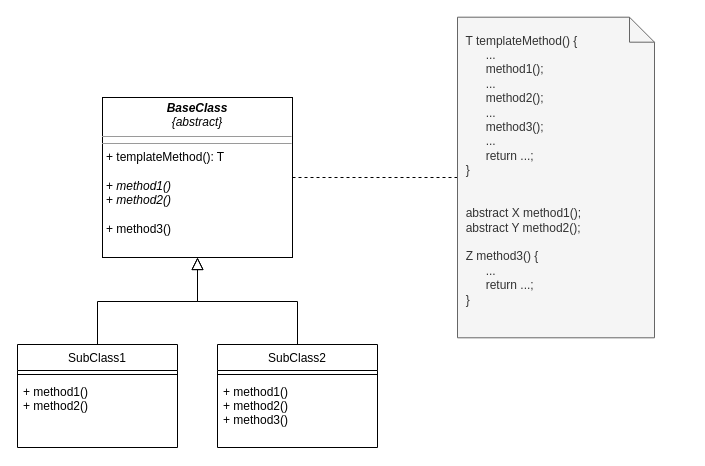
Programmiermethoden-CampusMinden/Prog2-Lecture keeps this draw.io diagram as markdown/pattern/images/template-method.drawio. Above is the earlier version. Source tidied: cells renumbered, new cells numbered last; positions are measured from the earlier drawing's top-left corner, leaving out a move shared by most shapes. Both pictures are drawn from the tidied source at 100%, with x=0, y=0 at pixel (17, 17).
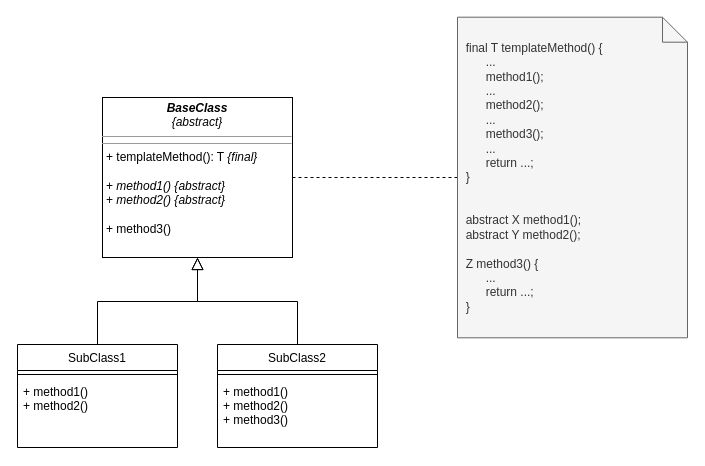
After the change.

The edit, as a diff of the source:
```diff
@@
 <mxGraphModel>
   <root>
     <mxCell id="0" />
     <mxCell id="1" parent="0" />
     <mxCell id="2" value="SubClass1" style="swimlane;fontStyle=0;align=center;verticalAlign=top;horizontal=1;startSize=26;rounded=0;shadow=0;strokeWidth=1;" parent="1" vertex="1">
       <mxGeometry y="327" width="160" height="103" as="geometry" />
     </mxCell>
     <mxCell id="3" style="line;html=1;strokeWidth=1;align=left;verticalAlign=middle;spacingTop=-1;spacingLeft=3;spacingRight=3;labelPosition=right;" parent="2" vertex="1">
       <mxGeometry y="26" width="160" height="8" as="geometry" />
     </mxCell>
     <mxCell id="4" value="+ method1()&#10;+ method2()" style="text;align=left;verticalAlign=top;spacingLeft=4;spacingRight=4;overflow=hidden;" parent="2" vertex="1">
       <mxGeometry y="34" width="160" height="56" as="geometry" />
     </mxCell>
     <mxCell id="5" style="endArrow=block;endSize=10;endFill=0;shadow=0;strokeWidth=1;rounded=0;edgeStyle=elbowEdgeStyle;elbow=vertical;entryX=0.5;entryY=1;entryDx=0;entryDy=0;" parent="1" edge="1" source="2" target="7">
       <mxGeometry relative="1" as="geometry" />
     </mxCell>
     <mxCell id="6" style="endArrow=block;endSize=10;endFill=0;shadow=0;strokeWidth=1;rounded=0;edgeStyle=elbowEdgeStyle;elbow=vertical;entryX=0.5;entryY=1;entryDx=0;entryDy=0;exitX=0.5;exitY=0;exitDx=0;exitDy=0;" parent="1" edge="1" source="8" target="7">
       <mxGeometry relative="1" as="geometry" />
     </mxCell>
-    <mxCell id="7" value="&lt;p style=&quot;margin:0px;margin-top:4px;text-align:center;&quot;&gt;&lt;i&gt;&lt;b&gt;BaseClass&lt;/b&gt;&lt;br&gt;{abstract}&lt;b&gt;&lt;br&gt;&lt;/b&gt;&lt;/i&gt;&lt;/p&gt;&lt;hr size=&quot;1&quot;&gt;&lt;hr size=&quot;1&quot;&gt;&lt;p style=&quot;margin:0px;margin-left:4px;&quot;&gt;+ templateMethod(): T&lt;br&gt;&lt;/p&gt;&lt;p style=&quot;margin:0px;margin-left:4px;&quot;&gt;&lt;br&gt;&lt;/p&gt;&lt;p style=&quot;margin:0px;margin-left:4px;&quot;&gt;+ &lt;i&gt;method1()&lt;/i&gt;&lt;/p&gt;&lt;p style=&quot;margin:0px;margin-left:4px;&quot;&gt;+ &lt;i&gt;method2()&lt;/i&gt;&lt;/p&gt;&lt;p style=&quot;margin:0px;margin-left:4px;&quot;&gt;&lt;br&gt;&lt;/p&gt;&lt;p style=&quot;margin:0px;margin-left:4px;&quot;&gt;+ method3()&lt;/p&gt;&lt;p style=&quot;margin:0px;margin-left:4px;&quot;&gt;&lt;i&gt;&lt;br&gt;&lt;/i&gt;&lt;/p&gt;" style="verticalAlign=top;align=left;overflow=fill;fontSize=12;fontFamily=Helvetica;html=1;" parent="1" vertex="1">
+    <mxCell id="7" value="&lt;p style=&quot;margin:0px;margin-top:4px;text-align:center;&quot;&gt;&lt;i&gt;&lt;b&gt;BaseClass&lt;/b&gt;&lt;br&gt;{abstract}&lt;b&gt;&lt;br&gt;&lt;/b&gt;&lt;/i&gt;&lt;/p&gt;&lt;hr size=&quot;1&quot;&gt;&lt;hr size=&quot;1&quot;&gt;&lt;p style=&quot;margin:0px;margin-left:4px;&quot;&gt;+ templateMethod(): T &lt;i&gt;{final}&lt;/i&gt;&lt;br&gt;&lt;/p&gt;&lt;p style=&quot;margin:0px;margin-left:4px;&quot;&gt;&lt;br&gt;&lt;/p&gt;&lt;p style=&quot;margin:0px;margin-left:4px;&quot;&gt;+ &lt;i&gt;method1() {abstract}&lt;br&gt;&lt;/i&gt;&lt;/p&gt;&lt;p style=&quot;margin:0px;margin-left:4px;&quot;&gt;+ &lt;i&gt;method2() {abstract}&lt;br&gt;&lt;/i&gt;&lt;/p&gt;&lt;p style=&quot;margin:0px;margin-left:4px;&quot;&gt;&lt;br&gt;&lt;/p&gt;&lt;p style=&quot;margin:0px;margin-left:4px;&quot;&gt;+ method3()&lt;/p&gt;&lt;p style=&quot;margin:0px;margin-left:4px;&quot;&gt;&lt;i&gt;&lt;br&gt;&lt;/i&gt;&lt;/p&gt;" style="verticalAlign=top;align=left;overflow=fill;fontSize=12;fontFamily=Helvetica;html=1;" parent="1" vertex="1">
       <mxGeometry x="85" y="80" width="190" height="160" as="geometry" />
     </mxCell>
     <mxCell id="8" value="SubClass2" style="swimlane;fontStyle=0;align=center;verticalAlign=top;horizontal=1;startSize=26;rounded=0;shadow=0;strokeWidth=1;" parent="1" vertex="1">
       <mxGeometry x="200" y="327" width="160" height="103" as="geometry" />
     </mxCell>
     <mxCell id="9" style="line;html=1;strokeWidth=1;align=left;verticalAlign=middle;spacingTop=-1;spacingLeft=3;spacingRight=3;labelPosition=right;" parent="8" vertex="1">
       <mxGeometry y="26" width="160" height="8" as="geometry" />
     </mxCell>
     <mxCell id="10" value="+ method1()&#10;+ method2()&#10;+ method3()&#10;" style="text;align=left;verticalAlign=top;spacingLeft=4;spacingRight=4;overflow=hidden;" parent="8" vertex="1">
       <mxGeometry y="34" width="160" height="56" as="geometry" />
     </mxCell>
     <mxCell id="11" style="edgeStyle=orthogonalEdgeStyle;rounded=0;jettySize=auto;html=1;entryX=1;entryY=0.5;entryDx=0;entryDy=0;endArrow=none;endFill=0;dashed=1;" parent="1" edge="1" source="12" target="7">
       <mxGeometry relative="1" as="geometry" />
     </mxCell>
-    <mxCell id="12" value="&lt;div&gt;&amp;nbsp; T templateMethod() {&lt;/div&gt;&lt;div&gt;&amp;nbsp;&amp;nbsp;&amp;nbsp;&amp;nbsp;&amp;nbsp;&amp;nbsp;&amp;nbsp; ...&lt;/div&gt;&lt;div&gt;&amp;nbsp;&amp;nbsp;&amp;nbsp;&amp;nbsp;&amp;nbsp;&amp;nbsp;&amp;nbsp; method1();&lt;/div&gt;&lt;div&gt;&amp;nbsp;&amp;nbsp;&amp;nbsp;&amp;nbsp;&amp;nbsp;&amp;nbsp;&amp;nbsp; ...&lt;/div&gt;&lt;div&gt;&amp;nbsp;&amp;nbsp;&amp;nbsp;&amp;nbsp;&amp;nbsp;&amp;nbsp;&amp;nbsp; method2();&lt;/div&gt;&lt;div&gt;&amp;nbsp;&amp;nbsp;&amp;nbsp;&amp;nbsp;&amp;nbsp;&amp;nbsp;&amp;nbsp; ...&lt;/div&gt;&lt;div&gt;&amp;nbsp;&amp;nbsp;&amp;nbsp;&amp;nbsp;&amp;nbsp;&amp;nbsp;&amp;nbsp; method3();&lt;/div&gt;&lt;div&gt;&amp;nbsp;&amp;nbsp;&amp;nbsp;&amp;nbsp;&amp;nbsp;&amp;nbsp;&amp;nbsp; ...&lt;br&gt;&lt;/div&gt;&lt;div&gt;&amp;nbsp;&amp;nbsp;&amp;nbsp;&amp;nbsp;&amp;nbsp;&amp;nbsp;&amp;nbsp; return ...;&lt;br&gt;&lt;/div&gt;&lt;div&gt;&amp;nbsp; }&lt;/div&gt;&lt;div&gt;&lt;br&gt;&lt;/div&gt;&lt;div&gt;&lt;br&gt;&lt;/div&gt;&lt;div&gt;&amp;nbsp; abstract X method1();&lt;/div&gt;&lt;div&gt;&amp;nbsp; abstract Y method2();&lt;/div&gt;&lt;div&gt;&lt;br&gt;&lt;/div&gt;&lt;div&gt;&amp;nbsp; Z method3() {&lt;/div&gt;&lt;div&gt;&lt;div&gt;&amp;nbsp;&amp;nbsp;&amp;nbsp;&amp;nbsp;&amp;nbsp;&amp;nbsp;&amp;nbsp; ...&lt;br&gt;&lt;/div&gt;&lt;div&gt;&amp;nbsp;&amp;nbsp;&amp;nbsp;&amp;nbsp;&amp;nbsp;&amp;nbsp;&amp;nbsp; return ...;&lt;br&gt;&lt;/div&gt;&lt;div&gt;&amp;nbsp; }&lt;/div&gt;&lt;div&gt;&lt;br&gt;&lt;/div&gt;&lt;/div&gt;" style="shape=note2;boundedLbl=1;whiteSpace=wrap;html=1;size=25;verticalAlign=middle;align=left;fillColor=#f5f5f5;fontColor=#333333;strokeColor=#666666;labelPosition=center;verticalLabelPosition=middle;" parent="1" vertex="1">
-      <mxGeometry x="440" y="-0.3" width="197" height="320.6" as="geometry" />
+    <mxCell id="12" value="&lt;div&gt;&amp;nbsp; &lt;br&gt;&lt;/div&gt;&lt;div&gt;&amp;nbsp; final T templateMethod() {&lt;/div&gt;&lt;div&gt;&amp;nbsp;&amp;nbsp;&amp;nbsp;&amp;nbsp;&amp;nbsp;&amp;nbsp;&amp;nbsp; ...&lt;/div&gt;&lt;div&gt;&amp;nbsp;&amp;nbsp;&amp;nbsp;&amp;nbsp;&amp;nbsp;&amp;nbsp;&amp;nbsp; method1();&lt;/div&gt;&lt;div&gt;&amp;nbsp;&amp;nbsp;&amp;nbsp;&amp;nbsp;&amp;nbsp;&amp;nbsp;&amp;nbsp; ...&lt;/div&gt;&lt;div&gt;&amp;nbsp;&amp;nbsp;&amp;nbsp;&amp;nbsp;&amp;nbsp;&amp;nbsp;&amp;nbsp; method2();&lt;/div&gt;&lt;div&gt;&amp;nbsp;&amp;nbsp;&amp;nbsp;&amp;nbsp;&amp;nbsp;&amp;nbsp;&amp;nbsp; ...&lt;/div&gt;&lt;div&gt;&amp;nbsp;&amp;nbsp;&amp;nbsp;&amp;nbsp;&amp;nbsp;&amp;nbsp;&amp;nbsp; method3();&lt;/div&gt;&lt;div&gt;&amp;nbsp;&amp;nbsp;&amp;nbsp;&amp;nbsp;&amp;nbsp;&amp;nbsp;&amp;nbsp; ...&lt;br&gt;&lt;/div&gt;&lt;div&gt;&amp;nbsp;&amp;nbsp;&amp;nbsp;&amp;nbsp;&amp;nbsp;&amp;nbsp;&amp;nbsp; return ...;&lt;br&gt;&lt;/div&gt;&lt;div&gt;&amp;nbsp; }&lt;/div&gt;&lt;div&gt;&lt;br&gt;&lt;/div&gt;&lt;div&gt;&lt;br&gt;&lt;/div&gt;&lt;div&gt;&amp;nbsp; abstract X method1();&lt;/div&gt;&lt;div&gt;&amp;nbsp; abstract Y method2();&lt;/div&gt;&lt;div&gt;&lt;br&gt;&lt;/div&gt;&lt;div&gt;&amp;nbsp; Z method3() {&lt;/div&gt;&lt;div&gt;&lt;div&gt;&amp;nbsp;&amp;nbsp;&amp;nbsp;&amp;nbsp;&amp;nbsp;&amp;nbsp;&amp;nbsp; ...&lt;br&gt;&lt;/div&gt;&lt;div&gt;&amp;nbsp;&amp;nbsp;&amp;nbsp;&amp;nbsp;&amp;nbsp;&amp;nbsp;&amp;nbsp; return ...;&lt;br&gt;&lt;/div&gt;&lt;div&gt;&amp;nbsp; }&lt;/div&gt;&lt;div&gt;&lt;br&gt;&lt;/div&gt;&lt;/div&gt;" style="shape=note2;boundedLbl=1;whiteSpace=wrap;html=1;size=25;verticalAlign=middle;align=left;fillColor=#f5f5f5;fontColor=#333333;strokeColor=#666666;labelPosition=center;verticalLabelPosition=middle;" parent="1" vertex="1">
+      <mxGeometry x="440" y="-0.3" width="230" height="320.6" as="geometry" />
     </mxCell>
   </root>
 </mxGraphModel>
```
